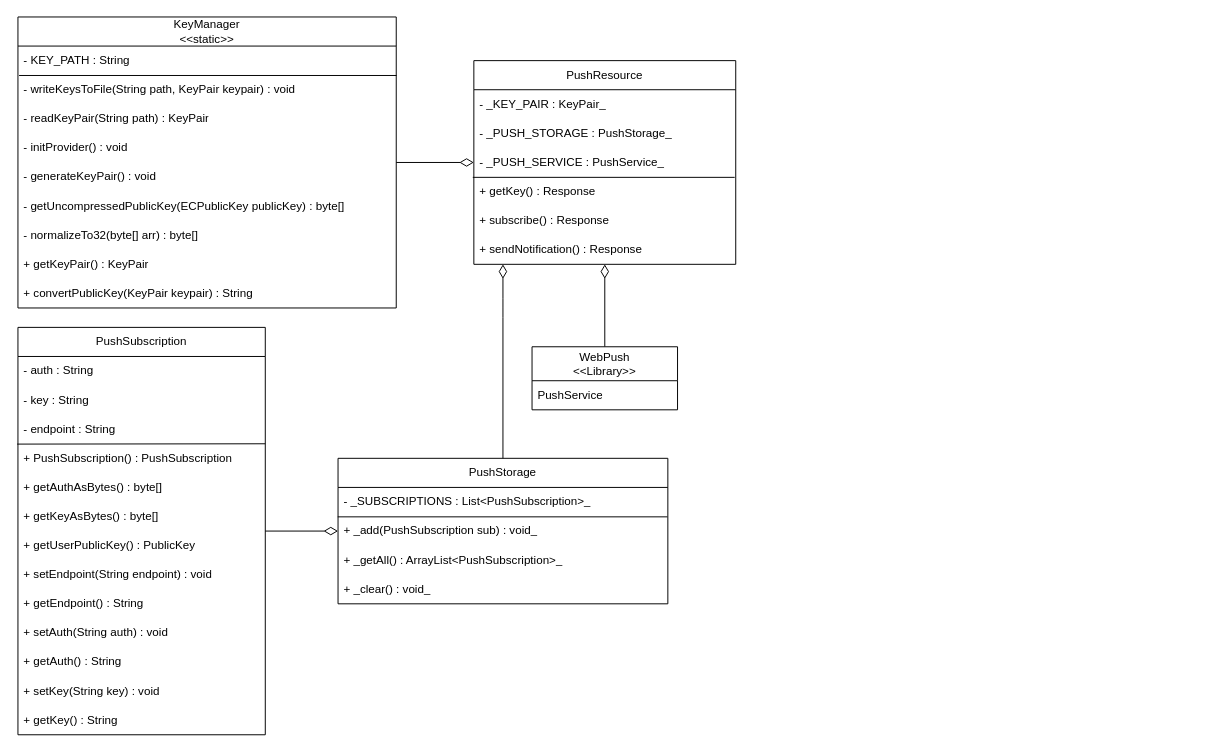
Above: Classdiagram/WebPush-PWA.drawio in olHannes/WebPush-Docs (draw.io), before the change. Source tidied: cells renumbered, new cells numbered last; positions are measured from the earlier drawing's top-left corner, leaving out a move shared by most shapes. Both pictures are drawn from the tidied source at 97%, with x=0, y=0 at pixel (17, 16).
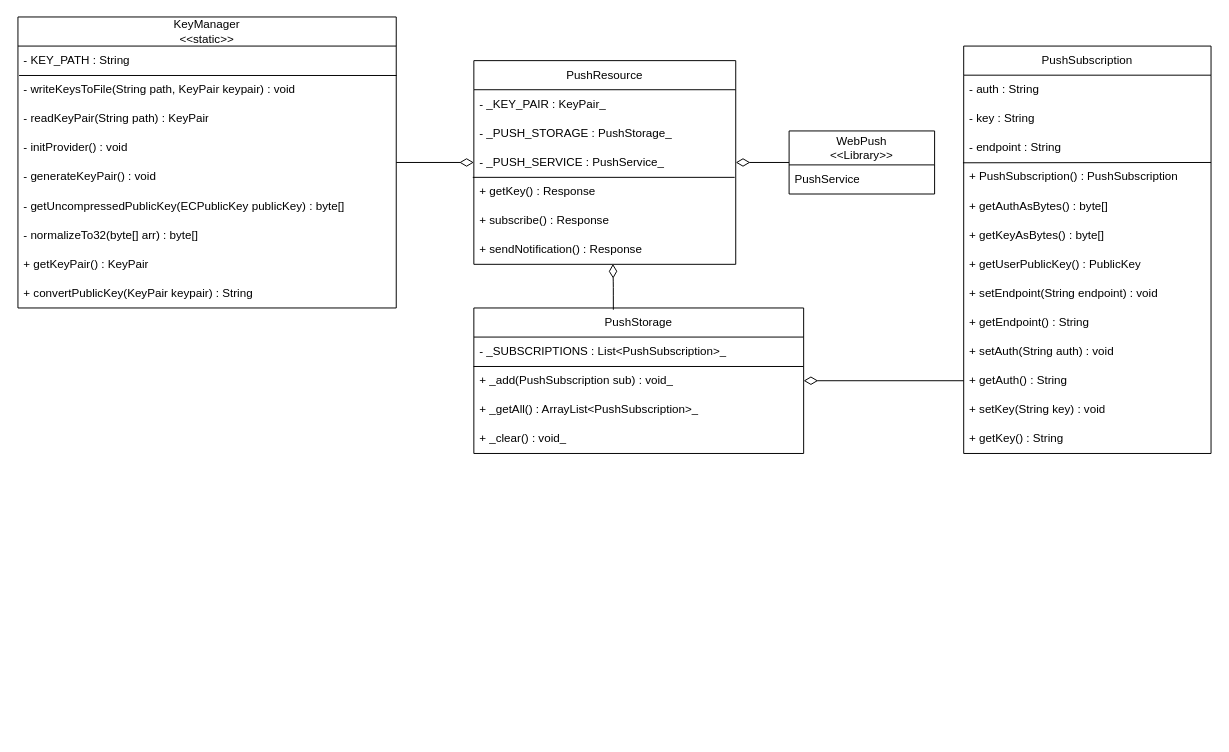
The same diagram, later.

Commit message:
update class diagram

The change refers to these unchanged cells:
```xml
<mxCell id="27" value="+ getAuth() : String" style="text;strokeColor=none;fillColor=none;align=left;verticalAlign=middle;spacingLeft=4;spacingRight=4;overflow=hidden;points=[[0,0.5],[1,0.5]];portConstraint=eastwest;whiteSpace=wrap;html=1;" parent="15" vertex="1">
  <mxGeometry y="330" width="255" height="30" as="geometry" />
</mxCell>
<mxCell id="30" value="PushResource" style="swimlane;fontStyle=0;horizontal=1;startSize=30;whiteSpace=wrap;html=1;" parent="1" vertex="1">
  <mxGeometry x="470" y="45" width="270" height="210" as="geometry" />
</mxCell>
<mxCell id="37" value="+ sendNotification() : Response" style="text;strokeColor=none;fillColor=none;align=left;verticalAlign=middle;spacingLeft=4;spacingRight=4;overflow=hidden;points=[[0,0.5],[1,0.5]];portConstraint=eastwest;whiteSpace=wrap;html=1;" parent="30" vertex="1">
  <mxGeometry y="180" width="270" height="30" as="geometry" />
</mxCell>
```

Change to the diagram source:
```diff
@@
-    <mxCell id="14" style="edgeStyle=orthogonalEdgeStyle;html=1;endArrow=diamondThin;endFill=0;endSize=12;startSize=12;" parent="1" edge="1" source="15" target="38">
+    <mxCell id="14" style="edgeStyle=orthogonalEdgeStyle;html=1;endArrow=diamondThin;endFill=0;endSize=12;startSize=12;exitX=0;exitY=0.5;exitDx=0;exitDy=0;" parent="1" edge="1" source="27" target="38">
       <mxGeometry relative="1" as="geometry" />
     </mxCell>
     <mxCell id="15" value="PushSubscription" style="swimlane;fontStyle=0;horizontal=1;startSize=30;whiteSpace=wrap;html=1;" parent="1" vertex="1">
-      <mxGeometry y="320" width="255" height="420" as="geometry" />
+      <mxGeometry x="975" y="30" width="255" height="420" as="geometry" />
     </mxCell>
@@
     <mxCell id="38" value="PushStorage" style="swimlane;fontStyle=0;horizontal=1;startSize=30;whiteSpace=wrap;html=1;" parent="1" vertex="1">
-      <mxGeometry x="330" y="455" width="340" height="150" as="geometry" />
+      <mxGeometry x="470" y="300" width="340" height="150" as="geometry" />
     </mxCell>
@@
-    <mxCell id="44" style="edgeStyle=orthogonalEdgeStyle;html=1;endArrow=diamondThin;endFill=0;endSize=12;startSize=12;" parent="1" edge="1" source="38" target="30">
-      <mxGeometry relative="1" as="geometry">
-        <Array as="points">
-          <mxPoint x="500" y="300" />
-          <mxPoint x="500" y="300" />
-        </Array>
-      </mxGeometry>
-    </mxCell>
@@
     <mxCell id="46" value="WebPush&lt;div&gt;&amp;lt;&amp;lt;Library&amp;gt;&amp;gt;&lt;/div&gt;" style="swimlane;fontStyle=0;horizontal=1;startSize=35;whiteSpace=wrap;html=1;" parent="1" vertex="1">
-      <mxGeometry x="530" y="340" width="150" height="65" as="geometry" />
+      <mxGeometry x="795" y="117.5" width="150" height="65" as="geometry" />
     </mxCell>
@@
+    <mxCell id="48" style="edgeStyle=orthogonalEdgeStyle;html=1;endSize=12;startSize=12;endArrow=diamondThin;endFill=0;entryX=0.531;entryY=0.99;entryDx=0;entryDy=0;exitX=0.423;exitY=0.012;exitDx=0;exitDy=0;exitPerimeter=0;entryPerimeter=0;" parent="1" edge="1" source="38" target="37">
+      <mxGeometry relative="1" as="geometry" />
+    </mxCell>
```
